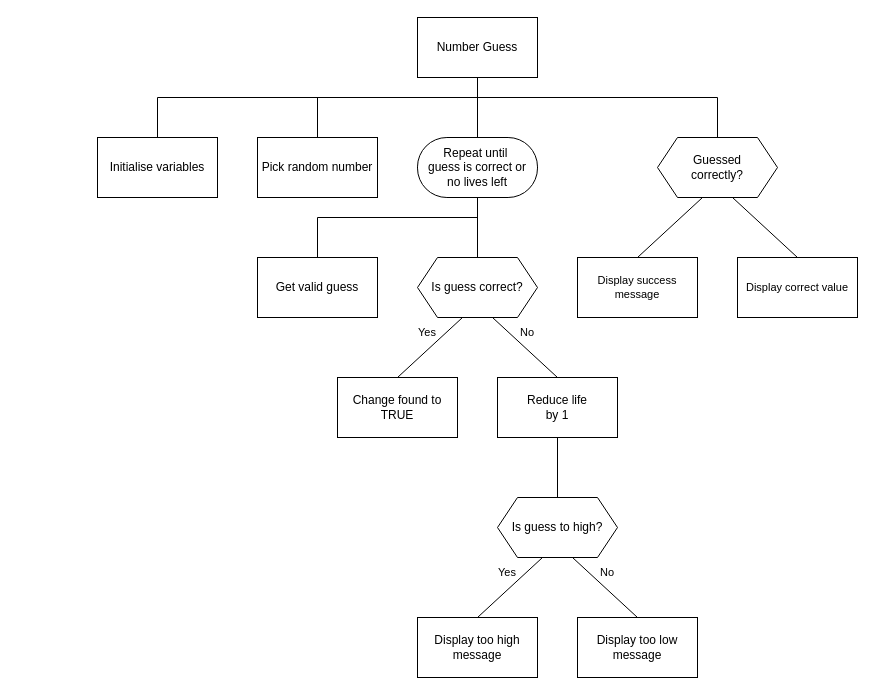
Earlier version of the draw.io diagram n5/N5-SDD-Number-Guess/assets/N5 SDD Number Guess.drawio (MrFriendCS/MrFriendCS.github.io). Source tidied: cells renumbered, new cells numbered last; positions are measured from the earlier drawing's top-left corner, leaving out a move shared by most shapes. Both pictures are drawn from the tidied source at 100%, with x=0, y=0 at pixel (97, 17).
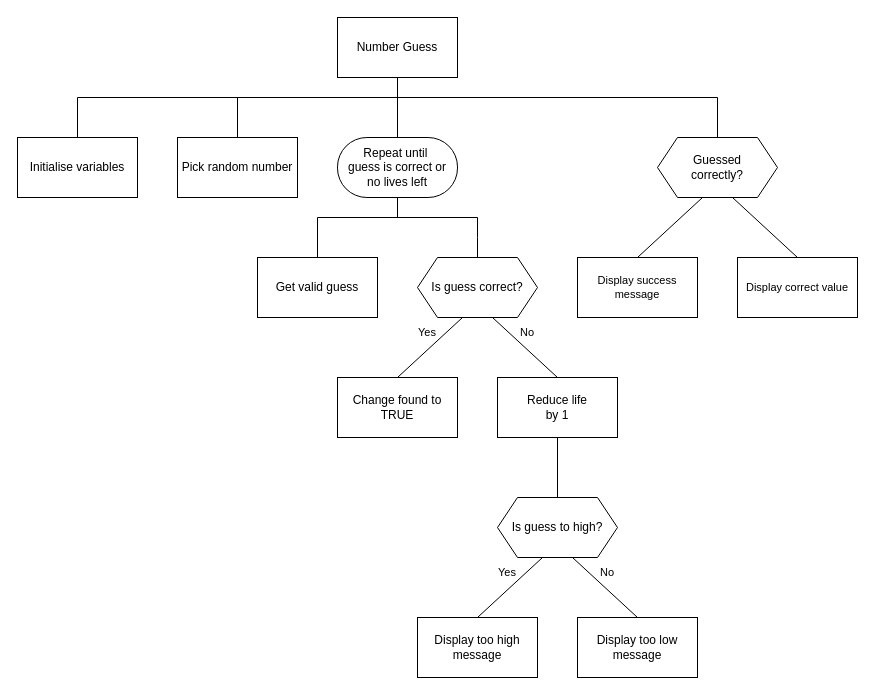
The same page after the edit.

Unchanged cells that the change refers to:
```xml
<mxCell id="15" value="Is guess correct?" style="shape=hexagon;perimeter=hexagonPerimeter2;whiteSpace=wrap;html=1;fixedSize=1;" parent="1" vertex="1">
  <mxGeometry x="320" y="240" width="120" height="60" as="geometry" />
</mxCell>
```

What changed in the source:
```diff
@@
     <mxCell id="2" style="edgeStyle=none;shape=connector;rounded=0;jettySize=auto;html=1;exitX=0.5;exitY=1;exitDx=0;exitDy=0;strokeColor=default;align=center;verticalAlign=middle;fontFamily=Helvetica;fontSize=11;fontColor=default;labelBackgroundColor=default;endArrow=none;endFill=0;" parent="1" edge="1" source="3">
       <mxGeometry relative="1" as="geometry">
-        <mxPoint x="380" y="80" as="targetPoint" />
+        <mxPoint x="300" y="80" as="targetPoint" />
       </mxGeometry>
     </mxCell>
     <mxCell id="3" value="Number Guess" style="rounded=0;whiteSpace=wrap;html=1;" parent="1" vertex="1">
-      <mxGeometry x="320" width="120" height="60" as="geometry" />
+      <mxGeometry x="240" width="120" height="60" as="geometry" />
     </mxCell>
     <mxCell id="4" style="edgeStyle=none;shape=connector;rounded=0;jettySize=auto;html=1;exitX=0.5;exitY=0;exitDx=0;exitDy=0;strokeColor=default;align=center;verticalAlign=middle;fontFamily=Helvetica;fontSize=11;fontColor=default;labelBackgroundColor=default;endArrow=none;endFill=0;" parent="1" edge="1" source="5">
       <mxGeometry relative="1" as="geometry">
-        <mxPoint x="60" y="80" as="targetPoint" />
+        <mxPoint x="-20" y="80" as="targetPoint" />
       </mxGeometry>
     </mxCell>
     <mxCell id="5" value="Initialise variables" style="rounded=0;whiteSpace=wrap;html=1;" parent="1" vertex="1">
-      <mxGeometry y="120" width="120" height="60" as="geometry" />
+      <mxGeometry x="-80" y="120" width="120" height="60" as="geometry" />
     </mxCell>
     <mxCell id="6" style="edgeStyle=none;shape=connector;rounded=0;jettySize=auto;html=1;exitX=0.5;exitY=0;exitDx=0;exitDy=0;strokeColor=default;align=center;verticalAlign=middle;fontFamily=Helvetica;fontSize=11;fontColor=default;labelBackgroundColor=default;endArrow=none;endFill=0;" parent="1" edge="1" source="7">
       <mxGeometry relative="1" as="geometry">
-        <mxPoint x="220" y="80" as="targetPoint" />
+        <mxPoint x="140" y="80" as="targetPoint" />
       </mxGeometry>
     </mxCell>
     <mxCell id="7" value="Pick random number" style="rounded=0;whiteSpace=wrap;html=1;" parent="1" vertex="1">
-      <mxGeometry x="160" y="120" width="120" height="60" as="geometry" />
+      <mxGeometry x="80" y="120" width="120" height="60" as="geometry" />
     </mxCell>
     <mxCell id="8" style="edgeStyle=none;shape=connector;rounded=0;jettySize=auto;html=1;exitX=0.5;exitY=0;exitDx=0;exitDy=0;strokeColor=default;align=center;verticalAlign=middle;fontFamily=Helvetica;fontSize=11;fontColor=default;labelBackgroundColor=default;endArrow=none;endFill=0;" parent="1" edge="1" source="10">
       <mxGeometry relative="1" as="geometry">
-        <mxPoint x="380" y="80" as="targetPoint" />
+        <mxPoint x="300" y="80" as="targetPoint" />
       </mxGeometry>
     </mxCell>
-    <mxCell id="9" style="edgeStyle=none;shape=connector;rounded=0;jettySize=auto;html=1;exitX=0.5;exitY=1;exitDx=0;exitDy=0;entryX=0.5;entryY=0;entryDx=0;entryDy=0;strokeColor=default;align=center;verticalAlign=middle;fontFamily=Helvetica;fontSize=11;fontColor=default;labelBackgroundColor=default;endArrow=none;endFill=0;" parent="1" edge="1" source="10" target="15">
-      <mxGeometry relative="1" as="geometry" />
+    <mxCell id="9" style="edgeStyle=none;shape=connector;rounded=0;jettySize=auto;html=1;exitX=0.5;exitY=1;exitDx=0;exitDy=0;strokeColor=default;align=center;verticalAlign=middle;fontFamily=Helvetica;fontSize=11;fontColor=default;labelBackgroundColor=default;endArrow=none;endFill=0;" parent="1" edge="1" source="10">
+      <mxGeometry relative="1" as="geometry">
+        <mxPoint x="300" y="200" as="targetPoint" />
+      </mxGeometry>
     </mxCell>
     <mxCell id="10" value="Repeat until&amp;nbsp;&lt;div&gt;guess&lt;span style=&quot;background-color: initial;&quot;&gt;&amp;nbsp;is correct or&lt;/span&gt;&lt;/div&gt;&lt;div&gt;&lt;span style=&quot;background-color: initial;&quot;&gt;no&amp;nbsp;&lt;/span&gt;&lt;span style=&quot;background-color: initial;&quot;&gt;lives left&lt;/span&gt;&lt;/div&gt;" style="rounded=1;whiteSpace=wrap;html=1;arcSize=49;" parent="1" vertex="1">
-      <mxGeometry x="320" y="120" width="120" height="60" as="geometry" />
+      <mxGeometry x="240" y="120" width="120" height="60" as="geometry" />
     </mxCell>
@@
+    <mxCell id="36" style="edgeStyle=orthogonalEdgeStyle;rounded=0;jettySize=auto;html=1;exitX=0.5;exitY=0;exitDx=0;exitDy=0;endArrow=none;endFill=0;" parent="1" edge="1" source="15">
+      <mxGeometry relative="1" as="geometry">
+        <mxPoint x="380" y="200" as="targetPoint" />
+      </mxGeometry>
+    </mxCell>
@@
     <mxCell id="30" style="endArrow=none;html=1;rounded=0;strokeColor=default;align=center;verticalAlign=middle;fontFamily=Helvetica;fontSize=11;fontColor=default;labelBackgroundColor=default;" parent="1" edge="1">
       <mxGeometry relative="1" as="geometry">
-        <mxPoint x="60" y="80" as="sourcePoint" />
+        <mxPoint x="-20" y="80" as="sourcePoint" />
         <mxPoint x="620" y="80" as="targetPoint" />
       </mxGeometry>
     </mxCell>
```
